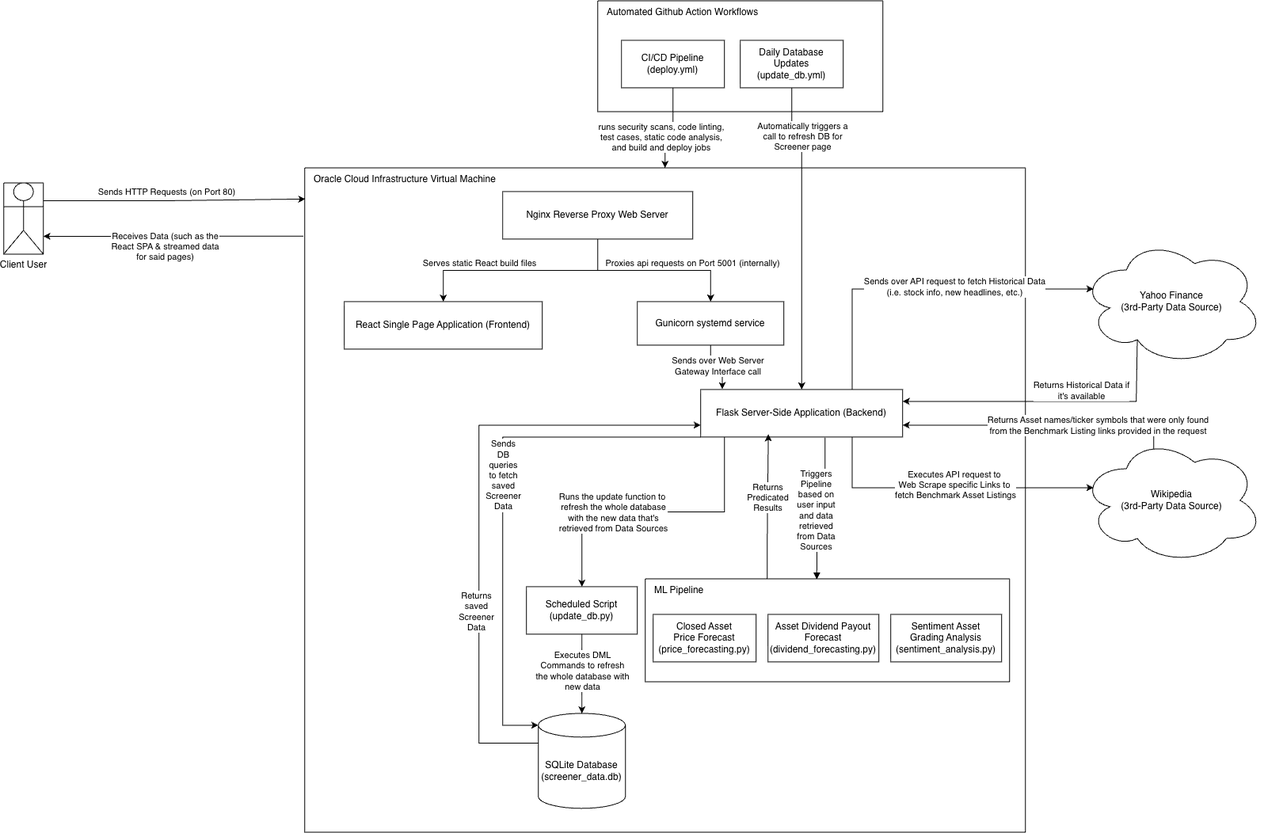
Earlier version of the draw.io export imgs/stock-market-predictor-arch.png (lc2410/stock-market-predictor). Source tidied: cells renumbered, new cells last; positions are measured from the earlier drawing's top-left corner, leaving out a move shared by most shapes.
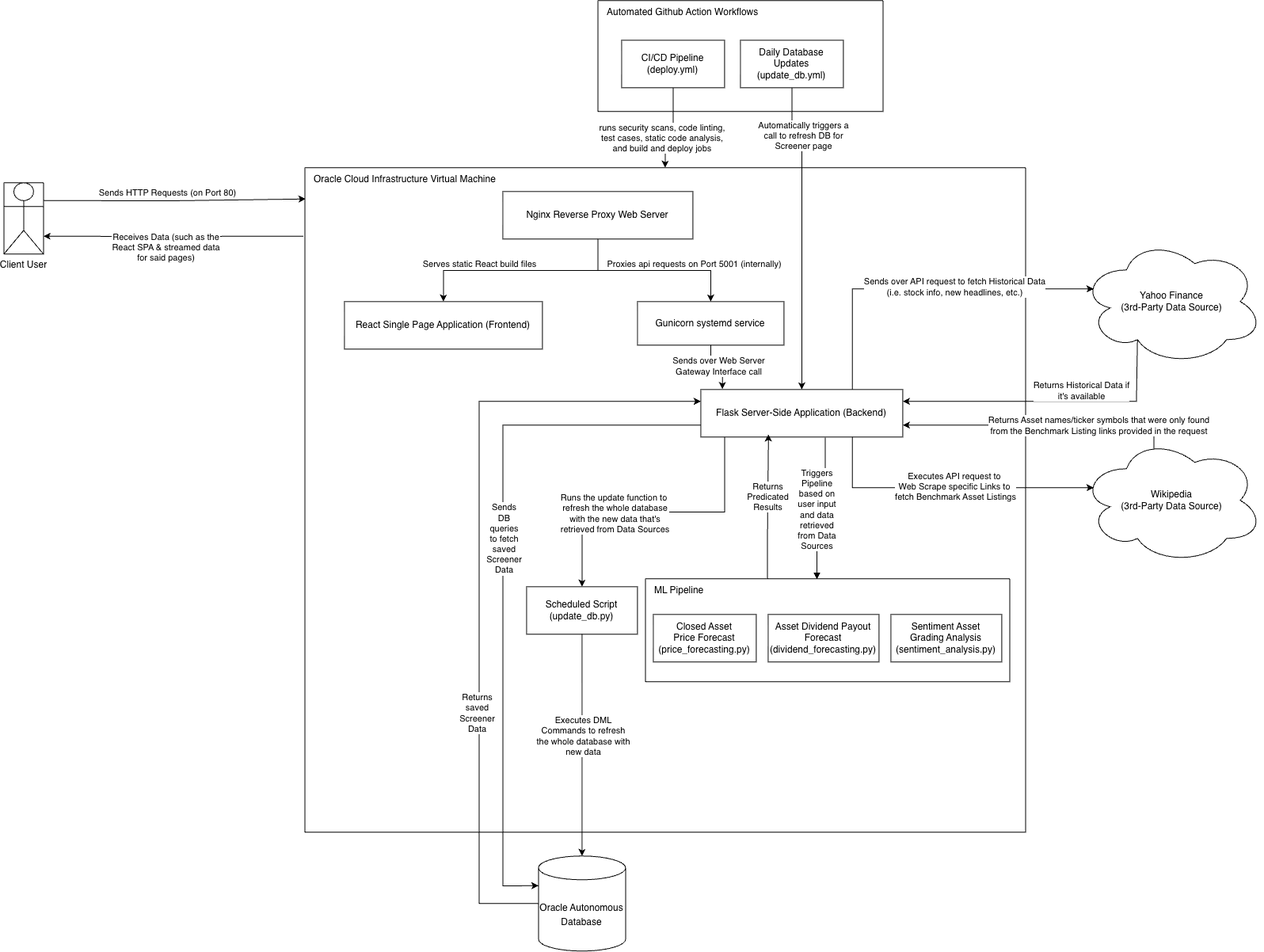
The same file after the commit.

The edit, as a diff of the source:
```diff
@@ -133,19 +133,19 @@
         <mxPoint y="12" as="offset" />
       </mxGeometry>
     </mxCell>
-    <mxCell id="36" style="edgeStyle=orthogonalEdgeStyle;rounded=0;jettySize=auto;html=1;exitX=0;exitY=0;exitDx=0;exitDy=37.5;exitPerimeter=0;entryX=0;entryY=0.75;entryDx=0;entryDy=0;" parent="1" edge="1" source="38" target="7">
+    <mxCell id="36" style="edgeStyle=orthogonalEdgeStyle;rounded=0;jettySize=auto;html=1;exitX=0;exitY=0.5;exitDx=0;exitDy=0;exitPerimeter=0;entryX=0;entryY=0.25;entryDx=0;entryDy=0;" parent="1" edge="1" source="38" target="7">
       <mxGeometry relative="1" as="geometry">
         <Array as="points">
-          <mxPoint x="600.1" y="937.5" />
-          <mxPoint x="600.1" y="536" />
+          <mxPoint x="600.1" y="1140.1" />
+          <mxPoint x="600.1" y="506.1" />
         </Array>
       </mxGeometry>
     </mxCell>
     <mxCell id="37" value="Returns&lt;br&gt;saved&lt;br&gt;Screener&lt;br&gt;Data" style="edgeLabel;html=1;align=center;verticalAlign=middle;" parent="36" vertex="1">
       <mxGeometry x="-0.36" y="4" relative="1" as="geometry" />
     </mxCell>
-    <mxCell id="38" value="SQLite Database&lt;br&gt;(screener_data.db)" style="shape=cylinder3;whiteSpace=wrap;html=1;boundedLbl=1;backgroundOutline=1;size=15;" parent="1" vertex="1">
-      <mxGeometry x="675" y="900" width="110" height="120" as="geometry" />
+    <mxCell id="38" value="&lt;div style=&quot;line-height: 18px;&quot;&gt;&lt;span style=&quot;color: rgb(0, 0, 0);&quot;&gt;Oracle Autonomous Database&lt;/span&gt;&lt;/div&gt;" style="shape=cylinder3;whiteSpace=wrap;html=1;boundedLbl=1;backgroundOutline=1;size=15;align=center;" parent="1" vertex="1">
+      <mxGeometry x="675" y="1080" width="110" height="120" as="geometry" />
     </mxCell>
     <mxCell id="39" style="edgeStyle=orthogonalEdgeStyle;rounded=0;jettySize=auto;html=1;exitX=0.4;exitY=0.1;exitDx=0;exitDy=0;exitPerimeter=0;entryX=1;entryY=0.75;entryDx=0;entryDy=0;" parent="1" edge="1" source="41" target="7">
       <mxGeometry relative="1" as="geometry">
@@ -188,11 +188,11 @@
     <mxCell id="47" value="Executes DML&lt;br&gt;Commands to refresh&lt;br&gt;the whole database with&lt;br&gt;new data" style="edgeLabel;html=1;align=center;verticalAlign=middle;" parent="46" vertex="1">
       <mxGeometry x="-0.09" relative="1" as="geometry" />
     </mxCell>
-    <mxCell id="48" style="edgeStyle=orthogonalEdgeStyle;rounded=0;jettySize=auto;html=1;exitX=0;exitY=1;exitDx=0;exitDy=0;entryX=0;entryY=0;entryDx=0;entryDy=15;entryPerimeter=0;" parent="1" edge="1" source="7" target="38">
+    <mxCell id="48" style="edgeStyle=orthogonalEdgeStyle;rounded=0;jettySize=auto;html=1;exitX=0;exitY=0.75;exitDx=0;exitDy=0;entryX=0;entryY=0;entryDx=0;entryDy=37.5;entryPerimeter=0;" parent="1" edge="1" source="7" target="38">
       <mxGeometry relative="1" as="geometry">
         <Array as="points">
-          <mxPoint x="630.1" y="551.1" />
-          <mxPoint x="630.1" y="915.1" />
+          <mxPoint x="630" y="536.1" />
+          <mxPoint x="630" y="1117.5" />
         </Array>
       </mxGeometry>
     </mxCell>
```
